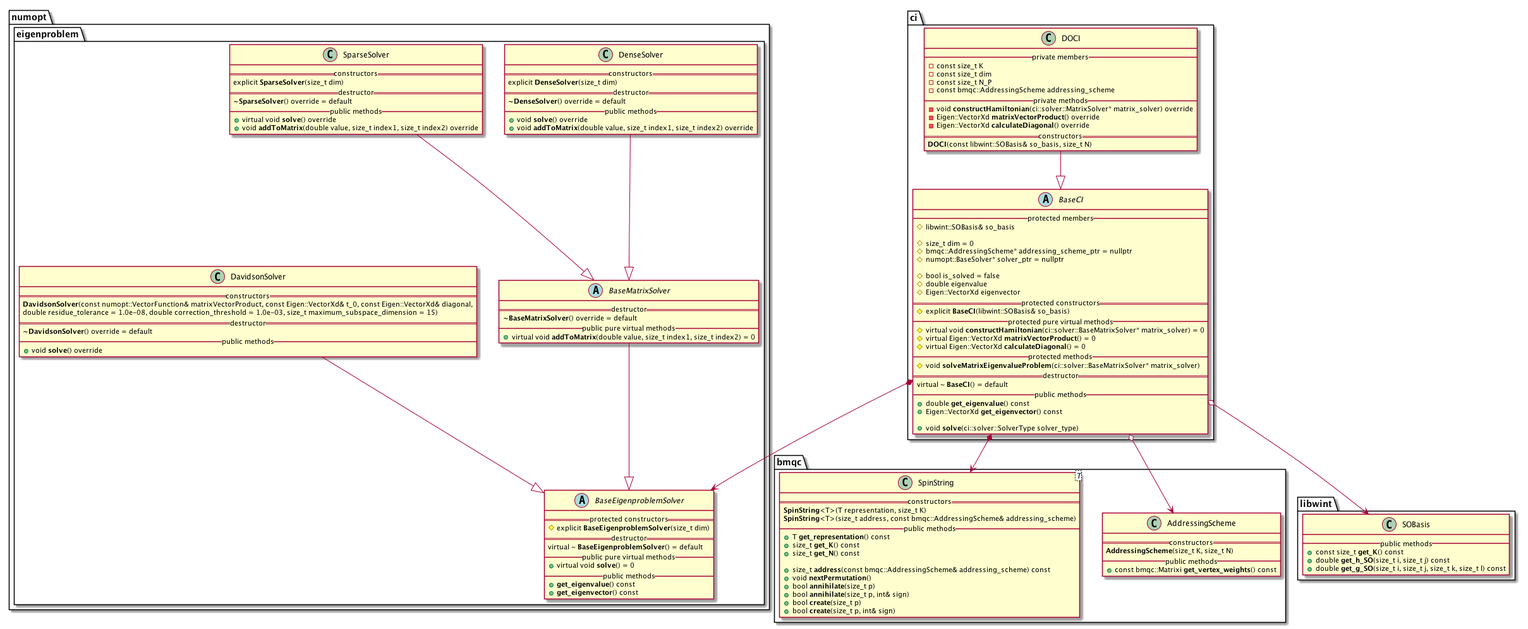
tmhuysen/ci keeps this PlantUML diagram as docs/ci_UML_diagram.png. Above is the earlier version.
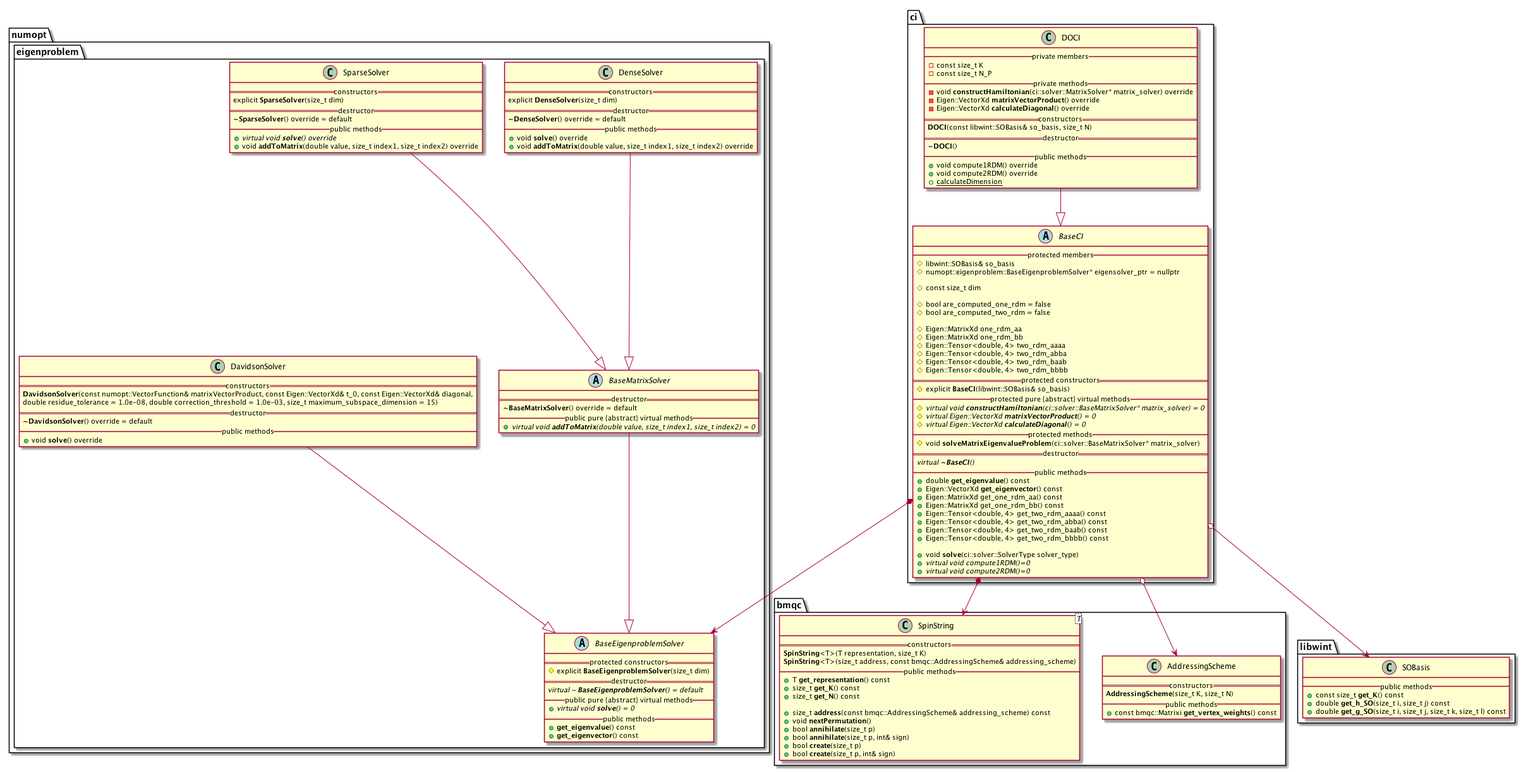
After the commit.

Change to the diagram source:
```diff
@@ -11,9 +11,9 @@
             == protected constructors ==
                 # explicit **BaseEigenproblemSolver**(size_t dim)
             == destructor ==
-                virtual ~ **BaseEigenproblemSolver**() = default
-            __ public pure virtual methods __
-                + virtual void **solve**() = 0
+                {abstract} virtual ~ **BaseEigenproblemSolver**() = default
+            __ public pure {abstract} virtual methods __
+                + {abstract} virtual void **solve**() = 0
             __ public methods __
                 + **get_eigenvalue**() const
                 + **get_eigenvector**() const
@@ -23,8 +23,8 @@
         abstract class BaseMatrixSolver {
             == destructor ==
                 **~BaseMatrixSolver**() override = default
-            __ public pure virtual methods __
-                + virtual void **addToMatrix**(double value, size_t index1, size_t index2) = 0
+            __ public pure {abstract} virtual methods __
+                + {abstract} virtual void **addToMatrix**(double value, size_t index1, size_t index2) = 0
         }
 
 
@@ -47,7 +47,7 @@
             == destructor ==
                  **~SparseSolver**() override = default
             __ public methods __
-                + virtual void **solve**() override
+                + {abstract} virtual void **solve**() override
                 + void **addToMatrix**(double value, size_t index1, size_t index2) override
         }
 
@@ -119,35 +119,45 @@
 namespace ci {
 
 
-
-
-
     abstract class BaseCI {
         __ protected members __
-            # libwint::SOBasis& so_basis
+            #libwint::SOBasis& so_basis
+            #numopt::eigenproblem::BaseEigenproblemSolver* eigensolver_ptr = nullptr
 
-            # size_t dim = 0
-            # bmqc::AddressingScheme* addressing_scheme_ptr = nullptr
-            # numopt::BaseSolver* solver_ptr = nullptr
+            #const size_t dim
 
-            # bool is_solved = false
-            # double eigenvalue
-            # Eigen::VectorXd eigenvector
+            #bool are_computed_one_rdm = false
+            #bool are_computed_two_rdm = false
+
+            #Eigen::MatrixXd one_rdm_aa
+            #Eigen::MatrixXd one_rdm_bb
+            #Eigen::Tensor<double, 4> two_rdm_aaaa
+            #Eigen::Tensor<double, 4> two_rdm_abba
+            #Eigen::Tensor<double, 4> two_rdm_baab
+            #Eigen::Tensor<double, 4> two_rdm_bbbb
         == protected constructors ==
             # explicit **BaseCI**(libwint::SOBasis& so_basis)
-        __ protected pure virtual methods __
-            # virtual void **constructHamiltonian**(ci::solver::BaseMatrixSolver* matrix_solver) = 0
-            # virtual Eigen::VectorXd **matrixVectorProduct**() = 0
-            # virtual Eigen::VectorXd **calculateDiagonal**() = 0
+        __ protected pure {abstract} virtual methods __
+            # {abstract} virtual void **constructHamiltonian**(ci::solver::BaseMatrixSolver* matrix_solver) = 0
+            # {abstract} virtual Eigen::VectorXd **matrixVectorProduct**() = 0
+            # {abstract} virtual Eigen::VectorXd **calculateDiagonal**() = 0
         __ protected methods __
             # void **solveMatrixEigenvalueProblem**(ci::solver::BaseMatrixSolver* matrix_solver)
         == destructor ==
-            virtual ~ **BaseCI**() = default
+            {abstract} virtual **~BaseCI**()
         __ public methods __
             + double **get_eigenvalue**() const
             + Eigen::VectorXd **get_eigenvector**() const
+            + Eigen::MatrixXd get_one_rdm_aa() const
+            + Eigen::MatrixXd get_one_rdm_bb() const
+            + Eigen::Tensor<double, 4> get_two_rdm_aaaa() const
+            + Eigen::Tensor<double, 4> get_two_rdm_abba() const
+            + Eigen::Tensor<double, 4> get_two_rdm_baab() const
+            + Eigen::Tensor<double, 4> get_two_rdm_bbbb() const
 
             + void **solve**(ci::solver::SolverType solver_type)
+            + {abstract} virtual void compute1RDM()=0
+            + {abstract} virtual void compute2RDM()=0
     }
     ci.BaseCI *--> numopt.eigenproblem.BaseEigenproblemSolver
     ci.BaseCI *--> bmqc.SpinString
@@ -159,15 +169,19 @@
     class DOCI {
         __ private members __
             - const size_t K
-            - const size_t dim
             - const size_t N_P
-            - const bmqc::AddressingScheme addressing_scheme
         __ private methods __
             - void **constructHamiltonian**(ci::solver::MatrixSolver* matrix_solver) override
             - Eigen::VectorXd **matrixVectorProduct**() override
             - Eigen::VectorXd **calculateDiagonal**() override
         == constructors ==
             **DOCI**(const libwint::SOBasis& so_basis, size_t N)
+        == destructor ==
+            **~DOCI**()
+        __ public methods __
+            + void compute1RDM() override
+            + void compute2RDM() override
+            + {static} calculateDimension
     }
 
 
```
